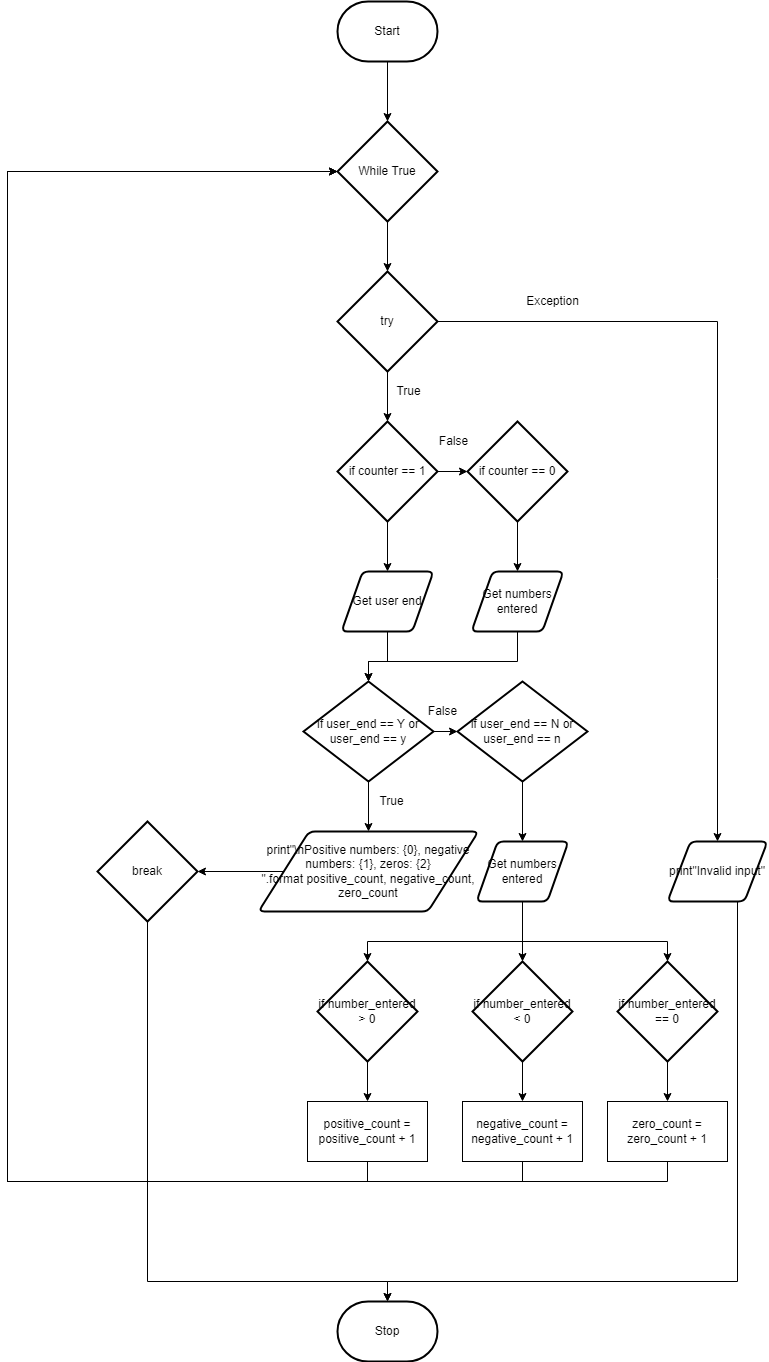
michael-clermont1/ICS3U-Assignment-5-Python keeps this draw.io diagram as flowchart.png. Above is the earlier version. Source tidied: cells renumbered, new cells last; positions are measured from the earlier drawing's top-left corner, leaving out a move shared by most shapes.
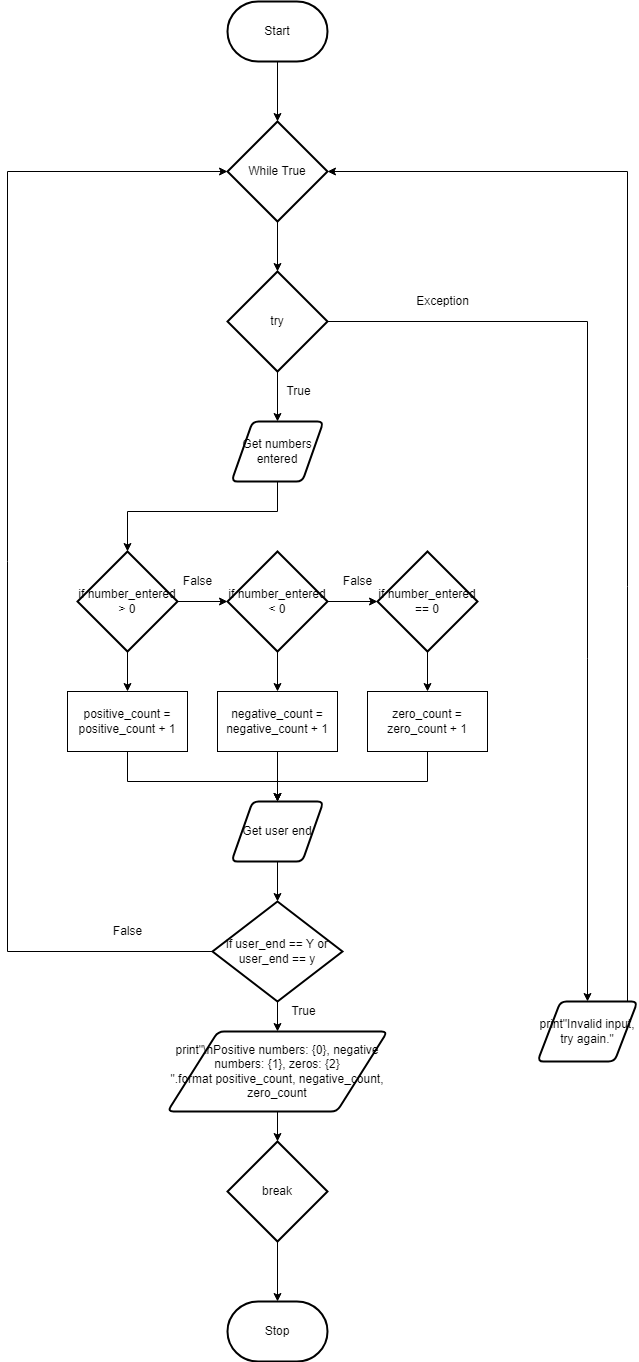
The same file after the commit.

What changed in the source:
```diff
@@ -11,63 +11,40 @@
     <mxCell id="4" value="Stop" style="strokeWidth=2;html=1;shape=mxgraph.flowchart.terminator;whiteSpace=wrap;" parent="1" vertex="1">
       <mxGeometry x="330" y="1300" width="100" height="60" as="geometry" />
     </mxCell>
-    <mxCell id="5" style="edgeStyle=orthogonalEdgeStyle;rounded=0;html=1;entryX=1;entryY=0.5;entryDx=0;entryDy=0;entryPerimeter=0;" parent="1" edge="1" source="6" target="49">
+    <mxCell id="5" style="edgeStyle=orthogonalEdgeStyle;rounded=0;html=1;entryX=0.5;entryY=0;entryDx=0;entryDy=0;entryPerimeter=0;" parent="1" edge="1" source="6" target="49">
       <mxGeometry relative="1" as="geometry" />
     </mxCell>
     <mxCell id="6" value="print&lt;span&gt;&quot;\nPositive numbers: {0}, negative numbers: {1}, zeros: {2} &quot;.format&lt;/span&gt;&lt;span&gt;&amp;nbsp;positive_count, negative_count, zero_count&lt;/span&gt;&lt;span&gt;&lt;br&gt;&lt;/span&gt;" style="shape=parallelogram;html=1;strokeWidth=2;perimeter=parallelogramPerimeter;whiteSpace=wrap;rounded=1;arcSize=12;size=0.23;" parent="1" vertex="1">
-      <mxGeometry x="251" y="830" width="220" height="80" as="geometry" />
+      <mxGeometry x="270" y="1030" width="220" height="80" as="geometry" />
     </mxCell>
-    <mxCell id="7" style="edgeStyle=orthogonalEdgeStyle;rounded=0;html=1;entryX=0.5;entryY=0;entryDx=0;entryDy=0;entryPerimeter=0;" parent="1" edge="1" source="8" target="25">
-      <mxGeometry relative="1" as="geometry">
-        <Array as="points">
-          <mxPoint x="380" y="660" />
-          <mxPoint x="361" y="660" />
-        </Array>
-      </mxGeometry>
+    <mxCell id="7" style="edgeStyle=orthogonalEdgeStyle;rounded=0;html=1;" parent="1" edge="1" source="8" target="25">
+      <mxGeometry relative="1" as="geometry" />
     </mxCell>
     <mxCell id="8" value="Get user end" style="shape=parallelogram;html=1;strokeWidth=2;perimeter=parallelogramPerimeter;whiteSpace=wrap;rounded=1;arcSize=12;size=0.23;" parent="1" vertex="1">
-      <mxGeometry x="334" y="570" width="92" height="60" as="geometry" />
+      <mxGeometry x="334" y="800" width="92" height="60" as="geometry" />
     </mxCell>
-    <mxCell id="9" value="False" style="text;html=1;align=center;verticalAlign=middle;fillColor=none;strokeColor=none;rounded=0;" parent="1" vertex="1">
-      <mxGeometry x="421" y="430" width="50" height="20" as="geometry" />
-    </mxCell>
     <mxCell id="10" value="True" style="text;html=1;align=center;verticalAlign=middle;fillColor=none;strokeColor=none;rounded=0;" parent="1" vertex="1">
       <mxGeometry x="381" y="380" width="40" height="20" as="geometry" />
     </mxCell>
+    <mxCell id="51" style="edgeStyle=none;html=1;entryX=0.5;entryY=0;entryDx=0;entryDy=0;" parent="1" edge="1" source="13" target="20">
+      <mxGeometry relative="1" as="geometry" />
+    </mxCell>
-    <mxCell id="11" style="edgeStyle=orthogonalEdgeStyle;html=1;entryX=0.5;entryY=0;entryDx=0;entryDy=0;rounded=0;" parent="1" edge="1" source="13" target="45">
+    <mxCell id="11" style="edgeStyle=orthogonalEdgeStyle;rounded=0;html=1;entryX=0.5;entryY=0;entryDx=0;entryDy=0;" parent="1" edge="1" source="13" target="45">
       <mxGeometry relative="1" as="geometry" />
     </mxCell>
-    <mxCell id="12" style="edgeStyle=orthogonalEdgeStyle;rounded=0;html=1;entryX=0.5;entryY=0;entryDx=0;entryDy=0;entryPerimeter=0;" parent="1" edge="1" source="13" target="16">
-      <mxGeometry relative="1" as="geometry" />
-    </mxCell>
     <mxCell id="13" value="try" style="strokeWidth=2;html=1;shape=mxgraph.flowchart.decision;whiteSpace=wrap;" parent="1" vertex="1">
       <mxGeometry x="330" y="270" width="100" height="100" as="geometry" />
     </mxCell>
-    <mxCell id="14" style="edgeStyle=orthogonalEdgeStyle;rounded=0;html=1;entryX=0;entryY=0.5;entryDx=0;entryDy=0;entryPerimeter=0;" parent="1" edge="1" source="16" target="18">
-      <mxGeometry relative="1" as="geometry" />
-    </mxCell>
-    <mxCell id="15" style="edgeStyle=orthogonalEdgeStyle;rounded=0;html=1;entryX=0.5;entryY=0;entryDx=0;entryDy=0;" parent="1" edge="1" source="16" target="8">
-      <mxGeometry relative="1" as="geometry" />
-    </mxCell>
-    <mxCell id="16" value="if counter == 1" style="strokeWidth=2;html=1;shape=mxgraph.flowchart.decision;whiteSpace=wrap;" parent="1" vertex="1">
-      <mxGeometry x="330" y="420" width="100" height="100" as="geometry" />
-    </mxCell>
-    <mxCell id="17" style="edgeStyle=orthogonalEdgeStyle;rounded=0;html=1;entryX=0.5;entryY=0;entryDx=0;entryDy=0;" parent="1" edge="1" source="18" target="20">
-      <mxGeometry relative="1" as="geometry" />
-    </mxCell>
-    <mxCell id="18" value="if counter == 0" style="strokeWidth=2;html=1;shape=mxgraph.flowchart.decision;whiteSpace=wrap;" parent="1" vertex="1">
-      <mxGeometry x="460" y="420" width="100" height="100" as="geometry" />
-    </mxCell>
-    <mxCell id="19" style="edgeStyle=orthogonalEdgeStyle;rounded=0;html=1;entryX=0.5;entryY=0;entryDx=0;entryDy=0;entryPerimeter=0;" parent="1" edge="1" source="20" target="25">
-      <mxGeometry relative="1" as="geometry">
-        <Array as="points">
-          <mxPoint x="510" y="660" />
-          <mxPoint x="361" y="660" />
-        </Array>
-      </mxGeometry>
-    </mxCell>
+    <mxCell id="52" style="edgeStyle=orthogonalEdgeStyle;html=1;entryX=0.5;entryY=0;entryDx=0;entryDy=0;entryPerimeter=0;rounded=0;" parent="1" edge="1" source="20" target="27">
+      <mxGeometry relative="1" as="geometry">
+        <Array as="points">
+          <mxPoint x="380" y="510" />
+          <mxPoint x="230" y="510" />
+        </Array>
+      </mxGeometry>
+    </mxCell>
     <mxCell id="20" value="Get numbers entered" style="shape=parallelogram;html=1;strokeWidth=2;perimeter=parallelogramPerimeter;whiteSpace=wrap;rounded=1;arcSize=12;size=0.23;" parent="1" vertex="1">
-      <mxGeometry x="464" y="570" width="92" height="60" as="geometry" />
+      <mxGeometry x="334" y="420" width="92" height="60" as="geometry" />
     </mxCell>
     <mxCell id="21" style="edgeStyle=orthogonalEdgeStyle;rounded=0;html=1;entryX=0.5;entryY=0;entryDx=0;entryDy=0;entryPerimeter=0;" parent="1" edge="1" source="22" target="13">
       <mxGeometry relative="1" as="geometry" />
@@ -75,128 +52,104 @@
     <mxCell id="22" value="While True" style="strokeWidth=2;html=1;shape=mxgraph.flowchart.decision;whiteSpace=wrap;" parent="1" vertex="1">
       <mxGeometry x="330" y="120" width="100" height="100" as="geometry" />
     </mxCell>
-    <mxCell id="23" style="edgeStyle=orthogonalEdgeStyle;rounded=0;html=1;entryX=0;entryY=0.5;entryDx=0;entryDy=0;entryPerimeter=0;" parent="1" edge="1" source="25" target="29">
-      <mxGeometry relative="1" as="geometry" />
-    </mxCell>
     <mxCell id="24" style="edgeStyle=orthogonalEdgeStyle;rounded=0;html=1;entryX=0.5;entryY=0;entryDx=0;entryDy=0;" parent="1" edge="1" source="25" target="6">
       <mxGeometry relative="1" as="geometry" />
     </mxCell>
+    <mxCell id="53" style="edgeStyle=orthogonalEdgeStyle;rounded=0;html=1;entryX=0;entryY=0.5;entryDx=0;entryDy=0;entryPerimeter=0;" parent="1" edge="1" source="25" target="22">
+      <mxGeometry relative="1" as="geometry">
+        <Array as="points">
+          <mxPoint x="110" y="950" />
+          <mxPoint x="110" y="170" />
+        </Array>
+      </mxGeometry>
+    </mxCell>
     <mxCell id="25" value="if user_end == Y or user_end == y" style="strokeWidth=2;html=1;shape=mxgraph.flowchart.decision;whiteSpace=wrap;" parent="1" vertex="1">
-      <mxGeometry x="296" y="680" width="130" height="100" as="geometry" />
+      <mxGeometry x="315" y="900" width="130" height="100" as="geometry" />
     </mxCell>
-    <mxCell id="26" style="edgeStyle=orthogonalEdgeStyle;rounded=0;html=1;entryX=0.5;entryY=0;entryDx=0;entryDy=0;" parent="1" edge="1" source="27" target="35">
-      <mxGeometry relative="1" as="geometry" />
-    </mxCell>
-    <mxCell id="27" value="if number_entered &amp;gt; 0" style="strokeWidth=2;html=1;shape=mxgraph.flowchart.decision;whiteSpace=wrap;" parent="1" vertex="1">
-      <mxGeometry x="310" y="960" width="100" height="100" as="geometry" />
-    </mxCell>
-    <mxCell id="28" style="edgeStyle=orthogonalEdgeStyle;rounded=0;html=1;entryX=0.5;entryY=0;entryDx=0;entryDy=0;" parent="1" edge="1" source="29" target="33">
-      <mxGeometry relative="1" as="geometry" />
-    </mxCell>
-    <mxCell id="29" value="if user_end == N or user_end == n" style="strokeWidth=2;html=1;shape=mxgraph.flowchart.decision;whiteSpace=wrap;" parent="1" vertex="1">
-      <mxGeometry x="450" y="680" width="130" height="100" as="geometry" />
-    </mxCell>
-    <mxCell id="30" style="edgeStyle=orthogonalEdgeStyle;rounded=0;html=1;entryX=0.5;entryY=0;entryDx=0;entryDy=0;entryPerimeter=0;" parent="1" edge="1" source="33" target="27">
-      <mxGeometry relative="1" as="geometry">
-        <Array as="points">
-          <mxPoint x="515" y="940" />
-          <mxPoint x="360" y="940" />
-        </Array>
-      </mxGeometry>
-    </mxCell>
-    <mxCell id="31" style="edgeStyle=orthogonalEdgeStyle;rounded=0;html=1;entryX=0.5;entryY=0;entryDx=0;entryDy=0;entryPerimeter=0;" parent="1" edge="1" source="33" target="37">
-      <mxGeometry relative="1" as="geometry" />
-    </mxCell>
-    <mxCell id="32" style="edgeStyle=orthogonalEdgeStyle;rounded=0;html=1;entryX=0.5;entryY=0;entryDx=0;entryDy=0;entryPerimeter=0;" parent="1" edge="1" source="33" target="41">
-      <mxGeometry relative="1" as="geometry">
-        <Array as="points">
-          <mxPoint x="515" y="940" />
-          <mxPoint x="660" y="940" />
-        </Array>
-      </mxGeometry>
-    </mxCell>
-    <mxCell id="33" value="Get numbers entered" style="shape=parallelogram;html=1;strokeWidth=2;perimeter=parallelogramPerimeter;whiteSpace=wrap;rounded=1;arcSize=12;size=0.23;" parent="1" vertex="1">
-      <mxGeometry x="469" y="840" width="92" height="60" as="geometry" />
-    </mxCell>
-    <mxCell id="34" style="edgeStyle=orthogonalEdgeStyle;rounded=0;html=1;entryX=0;entryY=0.5;entryDx=0;entryDy=0;entryPerimeter=0;" parent="1" edge="1" source="35" target="22">
-      <mxGeometry relative="1" as="geometry">
-        <Array as="points">
-          <mxPoint x="360" y="1180" />
-          <mxPoint y="1180" />
-          <mxPoint y="170" />
-        </Array>
-      </mxGeometry>
-    </mxCell>
-    <mxCell id="35" value="positive_count = positive_count + 1" style="rounded=0;whiteSpace=wrap;html=1;" parent="1" vertex="1">
-      <mxGeometry x="300" y="1100" width="120" height="60" as="geometry" />
-    </mxCell>
-    <mxCell id="36" style="edgeStyle=orthogonalEdgeStyle;rounded=0;html=1;entryX=0.5;entryY=0;entryDx=0;entryDy=0;" parent="1" edge="1" source="37" target="39">
-      <mxGeometry relative="1" as="geometry" />
-    </mxCell>
-    <mxCell id="37" value="if number_entered &amp;lt; 0" style="strokeWidth=2;html=1;shape=mxgraph.flowchart.decision;whiteSpace=wrap;" parent="1" vertex="1">
-      <mxGeometry x="465" y="960" width="100" height="100" as="geometry" />
-    </mxCell>
-    <mxCell id="38" style="edgeStyle=orthogonalEdgeStyle;rounded=0;html=1;" parent="1" edge="1" source="39">
-      <mxGeometry relative="1" as="geometry">
-        <mxPoint x="330" y="170" as="targetPoint" />
-        <Array as="points">
-          <mxPoint x="515" y="1180" />
-          <mxPoint y="1180" />
-          <mxPoint y="170" />
-        </Array>
-      </mxGeometry>
-    </mxCell>
-    <mxCell id="39" value="negative_count = negative_count + 1" style="rounded=0;whiteSpace=wrap;html=1;" parent="1" vertex="1">
-      <mxGeometry x="455" y="1100" width="120" height="60" as="geometry" />
-    </mxCell>
-    <mxCell id="40" style="edgeStyle=orthogonalEdgeStyle;rounded=0;html=1;entryX=0.5;entryY=0;entryDx=0;entryDy=0;" parent="1" edge="1" source="41" target="43">
-      <mxGeometry relative="1" as="geometry" />
-    </mxCell>
-    <mxCell id="41" value="if number_entered == 0" style="strokeWidth=2;html=1;shape=mxgraph.flowchart.decision;whiteSpace=wrap;" parent="1" vertex="1">
-      <mxGeometry x="610" y="960" width="100" height="100" as="geometry" />
-    </mxCell>
-    <mxCell id="42" style="edgeStyle=orthogonalEdgeStyle;rounded=0;html=1;entryX=0;entryY=0.5;entryDx=0;entryDy=0;entryPerimeter=0;" parent="1" edge="1" source="43" target="22">
-      <mxGeometry relative="1" as="geometry">
-        <Array as="points">
-          <mxPoint x="660" y="1180" />
-          <mxPoint y="1180" />
-          <mxPoint y="170" />
-        </Array>
-      </mxGeometry>
-    </mxCell>
-    <mxCell id="43" value="zero_count = zero_count + 1" style="rounded=0;whiteSpace=wrap;html=1;" parent="1" vertex="1">
-      <mxGeometry x="600" y="1100" width="120" height="60" as="geometry" />
-    </mxCell>
-    <mxCell id="44" style="edgeStyle=orthogonalEdgeStyle;rounded=0;html=1;entryX=0.5;entryY=0;entryDx=0;entryDy=0;entryPerimeter=0;" parent="1" edge="1" source="45" target="4">
-      <mxGeometry relative="1" as="geometry">
-        <Array as="points">
-          <mxPoint x="730" y="1280" />
-          <mxPoint x="380" y="1280" />
-        </Array>
-      </mxGeometry>
-    </mxCell>
+    <mxCell id="54" style="edgeStyle=orthogonalEdgeStyle;rounded=0;html=1;entryX=1;entryY=0.5;entryDx=0;entryDy=0;entryPerimeter=0;" parent="1" edge="1" source="45" target="22">
+      <mxGeometry relative="1" as="geometry">
+        <Array as="points">
+          <mxPoint x="730" y="170" />
+        </Array>
+      </mxGeometry>
+    </mxCell>
-    <mxCell id="45" value="print&quot;Invalid input&quot;" style="shape=parallelogram;html=1;strokeWidth=2;perimeter=parallelogramPerimeter;whiteSpace=wrap;rounded=1;arcSize=12;size=0.23;" parent="1" vertex="1">
-      <mxGeometry x="660" y="840" width="100" height="60" as="geometry" />
+    <mxCell id="45" value="print&quot;Invalid input, try again.&quot;" style="shape=parallelogram;html=1;strokeWidth=2;perimeter=parallelogramPerimeter;whiteSpace=wrap;rounded=1;arcSize=12;size=0.23;" parent="1" vertex="1">
+      <mxGeometry x="640" y="1000" width="100" height="60" as="geometry" />
     </mxCell>
-    <mxCell id="46" value="False" style="text;html=1;align=center;verticalAlign=middle;fillColor=none;strokeColor=none;rounded=0;" parent="1" vertex="1">
-      <mxGeometry x="410" y="700" width="50" height="20" as="geometry" />
-    </mxCell>
-    <mxCell id="47" value="True" style="text;html=1;align=center;verticalAlign=middle;fillColor=none;strokeColor=none;rounded=0;" parent="1" vertex="1">
-      <mxGeometry x="364" y="790" width="40" height="20" as="geometry" />
+    <mxCell id="47" value="False" style="text;html=1;align=center;verticalAlign=middle;fillColor=none;strokeColor=none;rounded=0;" parent="1" vertex="1">
+      <mxGeometry x="210" y="920" width="40" height="20" as="geometry" />
     </mxCell>
-    <mxCell id="48" style="edgeStyle=orthogonalEdgeStyle;rounded=0;html=1;entryX=0.5;entryY=0;entryDx=0;entryDy=0;entryPerimeter=0;" parent="1" edge="1" source="49" target="4">
-      <mxGeometry relative="1" as="geometry">
-        <Array as="points">
-          <mxPoint x="140" y="1280" />
-          <mxPoint x="380" y="1280" />
-        </Array>
-      </mxGeometry>
+    <mxCell id="48" style="edgeStyle=orthogonalEdgeStyle;rounded=0;html=1;" parent="1" edge="1" source="49" target="4">
+      <mxGeometry relative="1" as="geometry" />
     </mxCell>
     <mxCell id="49" value="break" style="strokeWidth=2;html=1;shape=mxgraph.flowchart.decision;whiteSpace=wrap;" parent="1" vertex="1">
-      <mxGeometry x="90" y="820" width="100" height="100" as="geometry" />
+      <mxGeometry x="330" y="1140" width="100" height="100" as="geometry" />
     </mxCell>
     <mxCell id="50" value="Exception" style="text;html=1;align=center;verticalAlign=middle;fillColor=none;strokeColor=none;rounded=0;" parent="1" vertex="1">
       <mxGeometry x="510" y="290" width="70" height="20" as="geometry" />
     </mxCell>
+    <mxCell id="55" style="edgeStyle=orthogonalEdgeStyle;rounded=0;html=1;entryX=0;entryY=0.5;entryDx=0;entryDy=0;entryPerimeter=0;" parent="1" edge="1" source="27" target="37">
+      <mxGeometry relative="1" as="geometry" />
+    </mxCell>
+    <mxCell id="26" style="edgeStyle=orthogonalEdgeStyle;rounded=0;html=1;entryX=0.5;entryY=0;entryDx=0;entryDy=0;" parent="1" edge="1" source="27" target="35">
+      <mxGeometry relative="1" as="geometry" />
+    </mxCell>
+    <mxCell id="27" value="if number_entered &amp;gt; 0" style="strokeWidth=2;html=1;shape=mxgraph.flowchart.decision;whiteSpace=wrap;" parent="1" vertex="1">
+      <mxGeometry x="180" y="550" width="100" height="100" as="geometry" />
+    </mxCell>
+    <mxCell id="56" style="edgeStyle=orthogonalEdgeStyle;rounded=0;html=1;entryX=0.5;entryY=0;entryDx=0;entryDy=0;" parent="1" edge="1" source="35" target="8">
+      <mxGeometry relative="1" as="geometry">
+        <Array as="points">
+          <mxPoint x="230" y="780" />
+          <mxPoint x="380" y="780" />
+        </Array>
+      </mxGeometry>
+    </mxCell>
+    <mxCell id="35" value="positive_count = positive_count + 1" style="rounded=0;whiteSpace=wrap;html=1;" parent="1" vertex="1">
+      <mxGeometry x="170" y="690" width="120" height="60" as="geometry" />
+    </mxCell>
+    <mxCell id="57" style="edgeStyle=orthogonalEdgeStyle;rounded=0;html=1;entryX=0;entryY=0.5;entryDx=0;entryDy=0;entryPerimeter=0;" parent="1" edge="1" source="37" target="41">
+      <mxGeometry relative="1" as="geometry" />
+    </mxCell>
+    <mxCell id="36" style="edgeStyle=orthogonalEdgeStyle;rounded=0;html=1;entryX=0.5;entryY=0;entryDx=0;entryDy=0;" parent="1" edge="1" source="37" target="39">
+      <mxGeometry relative="1" as="geometry" />
+    </mxCell>
+    <mxCell id="37" value="if number_entered &amp;lt; 0" style="strokeWidth=2;html=1;shape=mxgraph.flowchart.decision;whiteSpace=wrap;" parent="1" vertex="1">
+      <mxGeometry x="330" y="550" width="100" height="100" as="geometry" />
+    </mxCell>
+    <mxCell id="58" style="edgeStyle=orthogonalEdgeStyle;rounded=0;html=1;" parent="1" edge="1" source="39">
+      <mxGeometry relative="1" as="geometry">
+        <mxPoint x="380" y="800" as="targetPoint" />
+      </mxGeometry>
+    </mxCell>
+    <mxCell id="39" value="negative_count = negative_count + 1" style="rounded=0;whiteSpace=wrap;html=1;" parent="1" vertex="1">
+      <mxGeometry x="320" y="690" width="120" height="60" as="geometry" />
+    </mxCell>
+    <mxCell id="40" style="edgeStyle=orthogonalEdgeStyle;rounded=0;html=1;entryX=0.5;entryY=0;entryDx=0;entryDy=0;" parent="1" edge="1" source="41" target="43">
+      <mxGeometry relative="1" as="geometry" />
+    </mxCell>
+    <mxCell id="41" value="if number_entered == 0" style="strokeWidth=2;html=1;shape=mxgraph.flowchart.decision;whiteSpace=wrap;" parent="1" vertex="1">
+      <mxGeometry x="480" y="550" width="100" height="100" as="geometry" />
+    </mxCell>
+    <mxCell id="59" style="edgeStyle=orthogonalEdgeStyle;rounded=0;html=1;entryX=0.5;entryY=0;entryDx=0;entryDy=0;" parent="1" edge="1" source="43" target="8">
+      <mxGeometry relative="1" as="geometry">
+        <Array as="points">
+          <mxPoint x="530" y="780" />
+          <mxPoint x="380" y="780" />
+        </Array>
+      </mxGeometry>
+    </mxCell>
+    <mxCell id="43" value="zero_count = zero_count + 1" style="rounded=0;whiteSpace=wrap;html=1;" parent="1" vertex="1">
+      <mxGeometry x="470" y="690" width="120" height="60" as="geometry" />
+    </mxCell>
+    <mxCell id="60" value="False" style="text;html=1;align=center;verticalAlign=middle;fillColor=none;strokeColor=none;rounded=0;" parent="1" vertex="1">
+      <mxGeometry x="280" y="570" width="40" height="20" as="geometry" />
+    </mxCell>
+    <mxCell id="61" value="False" style="text;html=1;align=center;verticalAlign=middle;fillColor=none;strokeColor=none;rounded=0;" parent="1" vertex="1">
+      <mxGeometry x="440" y="570" width="40" height="20" as="geometry" />
+    </mxCell>
+    <mxCell id="62" value="True" style="text;html=1;align=center;verticalAlign=middle;fillColor=none;strokeColor=none;rounded=0;" parent="1" vertex="1">
+      <mxGeometry x="386" y="1000" width="40" height="20" as="geometry" />
+    </mxCell>
   </root>
 </mxGraphModel>
```
